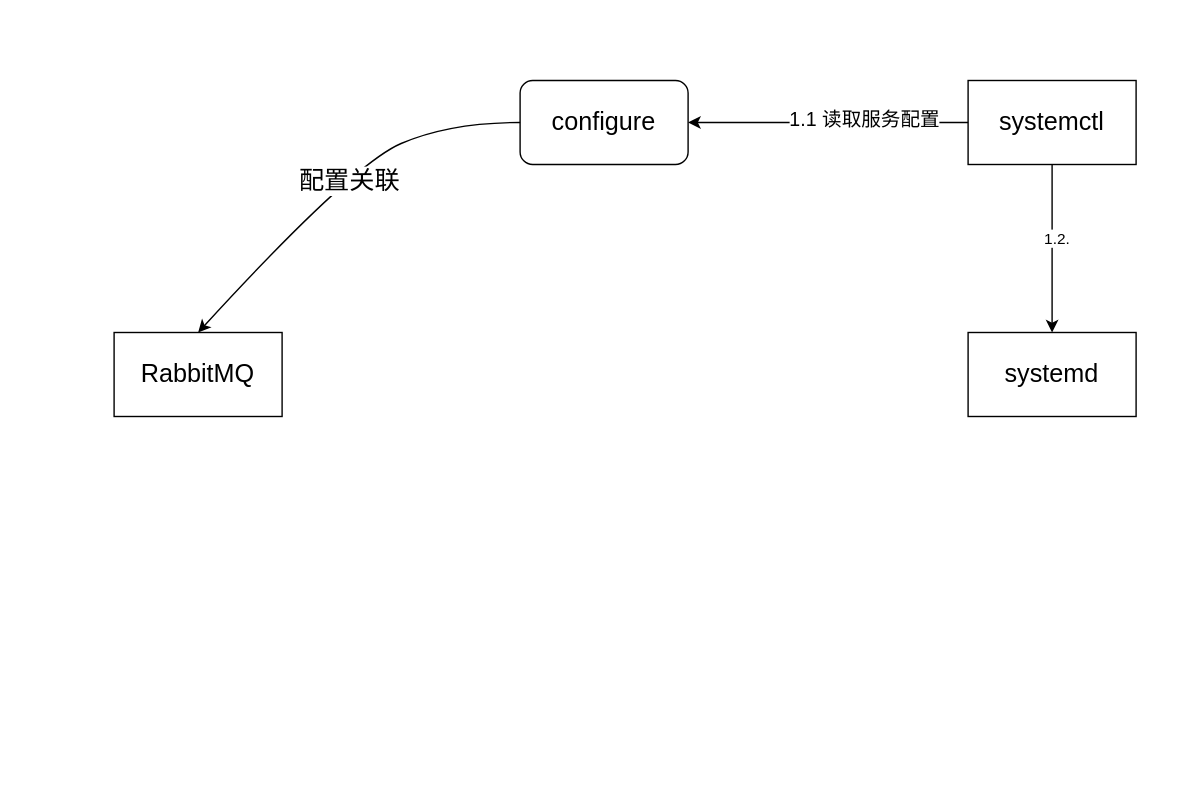
The draw.io diagram systemd.drawio in hzsunzixiang/draw.io, before the edit. Source tidied: cells renumbered, new cells numbered last; positions are measured from the earlier drawing's top-left corner, leaving out a move shared by most shapes. Both pictures are drawn from the tidied source at 140%, with x=0, y=0 at pixel (113, 80).
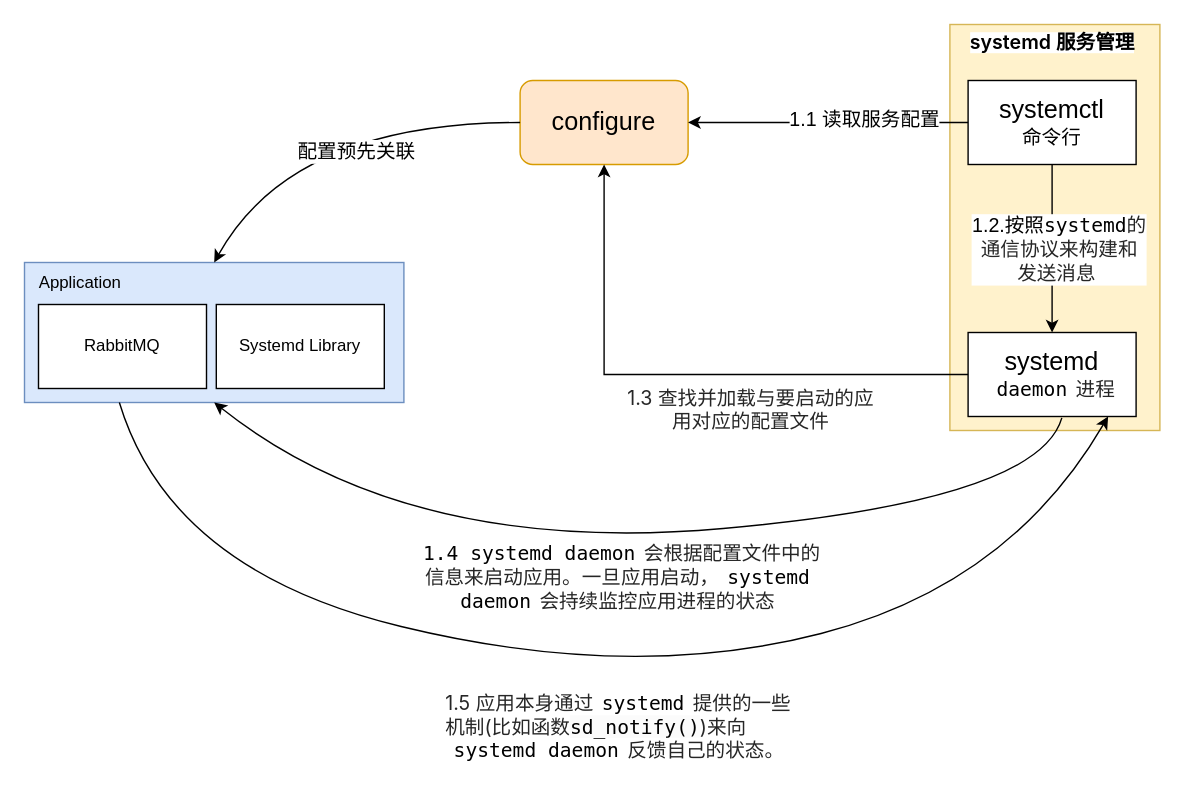
After the change.

The change refers to these unchanged cells:
```xml
<mxCell id="10" style="endArrow=classic;html=1;rounded=0;entryX=0.5;entryY=0;entryDx=0;entryDy=0;" parent="1" edge="1" target="3">
  <mxGeometry relative="1" as="geometry">
    <mxPoint x="670" y="60" as="sourcePoint" />
  </mxGeometry>
</mxCell>
```

Diff of the diagram source:
```diff
@@
+    <mxCell id="12" style="rounded=0;whiteSpace=wrap;html=1;fillColor=#fff2cc;strokeColor=#d6b656;" parent="1" vertex="1">
+      <mxGeometry x="597" y="-40" width="150" height="290" as="geometry" />
+    </mxCell>
-    <mxCell id="2" value="&lt;font style=&quot;font-size: 18px;&quot;&gt;systemctl&lt;/font&gt;" style="rounded=0;whiteSpace=wrap;html=1;" parent="1" vertex="1">
+    <mxCell id="2" value="&lt;font style=&quot;font-size: 18px;&quot;&gt;systemctl&lt;/font&gt;&lt;div&gt;&lt;font style=&quot;font-size: 14px;&quot;&gt;命令行&lt;/font&gt;&lt;/div&gt;" style="rounded=0;whiteSpace=wrap;html=1;" parent="1" vertex="1">
       <mxGeometry x="610" width="120" height="60" as="geometry" />
     </mxCell>
-    <mxCell id="3" value="&lt;font style=&quot;font-size: 18px;&quot;&gt;systemd&lt;/font&gt;" style="rounded=0;whiteSpace=wrap;html=1;" parent="1" vertex="1">
+    <mxCell id="3" value="&lt;font style=&quot;font-size: 18px;&quot;&gt;systemd&lt;/font&gt;&lt;div&gt;&lt;font style=&quot;font-size: 14px;&quot;&gt;&lt;code style=&quot;-webkit-font-smoothing: antialiased; box-sizing: border-box; -webkit-tap-highlight-color: rgba(0, 0, 0, 0); background: var(--color-inline-code-background); border-radius: 4px; color: initial; margin: 0px 2px; font-family: Menlo, Monaco, Consolas, &amp;quot;Courier New&amp;quot;, monospace; padding: 2px 4px; overflow-anchor: auto; text-align: left;&quot;&gt;daemon&lt;/code&gt;&lt;span style=&quot;color: rgba(0, 0, 0, 0.85); font-family: Inter, -apple-system, &amp;quot;system-ui&amp;quot;, &amp;quot;Segoe UI&amp;quot;, &amp;quot;SF Pro SC&amp;quot;, &amp;quot;SF Pro Display&amp;quot;, &amp;quot;SF Pro Icons&amp;quot;, &amp;quot;PingFang SC&amp;quot;, &amp;quot;Hiragino Sans GB&amp;quot;, &amp;quot;Microsoft YaHei&amp;quot;, &amp;quot;Helvetica Neue&amp;quot;, Helvetica, Arial, sans-serif; text-align: left; background-color: rgb(255, 255, 255);&quot;&gt;进程&lt;/span&gt;&lt;/font&gt;&lt;/div&gt;" style="rounded=0;whiteSpace=wrap;html=1;" parent="1" vertex="1">
       <mxGeometry x="610" y="180" width="120" height="60" as="geometry" />
     </mxCell>
-    <mxCell id="4" value="&lt;font style=&quot;font-size: 18px;&quot;&gt;RabbitMQ&lt;/font&gt;" style="rounded=0;whiteSpace=wrap;html=1;" parent="1" vertex="1">
-      <mxGeometry y="180" width="120" height="60" as="geometry" />
+    <mxCell id="4" style="rounded=0;whiteSpace=wrap;html=1;fillColor=#dae8fc;strokeColor=#6c8ebf;" parent="1" vertex="1">
+      <mxGeometry x="-64" y="130" width="271" height="100" as="geometry" />
     </mxCell>
-    <mxCell id="5" value="&lt;font style=&quot;font-size: 18px;&quot;&gt;configure&lt;/font&gt;" style="rounded=1;whiteSpace=wrap;html=1;" parent="1" vertex="1">
+    <mxCell id="5" value="&lt;font style=&quot;font-size: 18px;&quot;&gt;configure&lt;/font&gt;" style="rounded=1;whiteSpace=wrap;html=1;fillColor=#ffe6cc;strokeColor=#d79b00;" parent="1" vertex="1">
       <mxGeometry x="290" width="120" height="60" as="geometry" />
     </mxCell>
     <mxCell id="6" style="curved=1;endArrow=classic;html=1;rounded=0;exitX=0;exitY=0.5;exitDx=0;exitDy=0;entryX=0.5;entryY=0;entryDx=0;entryDy=0;" parent="1" edge="1" source="5" target="4">
       <mxGeometry relative="1" as="geometry">
         <Array as="points">
-          <mxPoint x="240" y="30" />
-          <mxPoint x="170" y="60" />
+          <mxPoint x="127" y="30" />
         </Array>
       </mxGeometry>
     </mxCell>
-    <mxCell id="7" value="&lt;font style=&quot;font-size: 18px;&quot;&gt;配置关联&lt;/font&gt;" style="edgeLabel;html=1;align=center;verticalAlign=middle;" parent="6" vertex="1">
+    <mxCell id="7" value="&lt;font style=&quot;font-size: 14px;&quot;&gt;配置预先关联&lt;/font&gt;" style="edgeLabel;html=1;align=center;verticalAlign=middle;" parent="6" vertex="1">
       <mxGeometry x="-0.05" y="5" relative="1" as="geometry">
-        <mxPoint x="1" as="offset" />
+        <mxPoint x="14" y="15" as="offset" />
       </mxGeometry>
     </mxCell>
@@
-    <mxCell id="11" value="1.2.&amp;nbsp;" style="edgeLabel;html=1;align=center;verticalAlign=middle;" parent="10" vertex="1">
-      <mxGeometry x="-0.13" y="4" relative="1" as="geometry" />
+    <mxCell id="11" value="&lt;font style=&quot;font-size: 14px;&quot;&gt;1.2.按照&lt;font face=&quot;Menlo, Monaco, Consolas, Courier New, monospace&quot;&gt;systemd&lt;/font&gt;&lt;span style=&quot;color: rgba(0, 0, 0, 0.85); font-family: Inter, -apple-system, &amp;quot;system-ui&amp;quot;, &amp;quot;Segoe UI&amp;quot;, &amp;quot;SF Pro SC&amp;quot;, &amp;quot;SF Pro Display&amp;quot;, &amp;quot;SF Pro Icons&amp;quot;, &amp;quot;PingFang SC&amp;quot;, &amp;quot;Hiragino Sans GB&amp;quot;, &amp;quot;Microsoft YaHei&amp;quot;, &amp;quot;Helvetica Neue&amp;quot;, Helvetica, Arial, sans-serif; text-align: left; text-wrap-mode: wrap;&quot;&gt;的通信协议来构建和发送消息&lt;/span&gt;&amp;nbsp;&lt;/font&gt;" style="edgeLabel;html=1;align=center;verticalAlign=middle;" parent="10" vertex="1">
+      <mxGeometry x="-0.13" y="4" relative="1" as="geometry">
+        <mxPoint y="8" as="offset" />
+      </mxGeometry>
     </mxCell>
+    <mxCell id="13" style="endArrow=classic;html=1;rounded=0;exitX=0;exitY=0.5;exitDx=0;exitDy=0;entryX=0.5;entryY=1;entryDx=0;entryDy=0;" parent="1" edge="1" source="3" target="5">
+      <mxGeometry relative="1" as="geometry">
+        <Array as="points">
+          <mxPoint x="350" y="210" />
+        </Array>
+      </mxGeometry>
+    </mxCell>
+    <mxCell id="14" value="&lt;font style=&quot;font-size: 14px;&quot;&gt;&lt;span style=&quot;color: rgba(0, 0, 0, 0.85); font-family: Inter, -apple-system, &amp;quot;system-ui&amp;quot;, &amp;quot;Segoe UI&amp;quot;, &amp;quot;SF Pro SC&amp;quot;, &amp;quot;SF Pro Display&amp;quot;, &amp;quot;SF Pro Icons&amp;quot;, &amp;quot;PingFang SC&amp;quot;, &amp;quot;Hiragino Sans GB&amp;quot;, &amp;quot;Microsoft YaHei&amp;quot;, &amp;quot;Helvetica Neue&amp;quot;, Helvetica, Arial, sans-serif; text-align: left;&quot;&gt;1.3 查找并加载与要启动&lt;/span&gt;&lt;span style=&quot;background-color: light-dark(rgb(255, 255, 255), rgb(18, 18, 18)); color: light-dark(rgba(0, 0, 0, 0.85), rgb(237, 237, 237)); font-family: Inter, -apple-system, &amp;quot;system-ui&amp;quot;, &amp;quot;Segoe UI&amp;quot;, &amp;quot;SF Pro SC&amp;quot;, &amp;quot;SF Pro Display&amp;quot;, &amp;quot;SF Pro Icons&amp;quot;, &amp;quot;PingFang SC&amp;quot;, &amp;quot;Hiragino Sans GB&amp;quot;, &amp;quot;Microsoft YaHei&amp;quot;, &amp;quot;Helvetica Neue&amp;quot;, Helvetica, Arial, sans-serif; text-align: left;&quot;&gt;的应用对应的配置文件&lt;/span&gt;&lt;/font&gt;&lt;div&gt;&lt;span style=&quot;background-color: rgb(255, 255, 255); color: rgba(0, 0, 0, 0.85); font-family: Inter, -apple-system, &amp;quot;system-ui&amp;quot;, &amp;quot;Segoe UI&amp;quot;, &amp;quot;SF Pro SC&amp;quot;, &amp;quot;SF Pro Display&amp;quot;, &amp;quot;SF Pro Icons&amp;quot;, &amp;quot;PingFang SC&amp;quot;, &amp;quot;Hiragino Sans GB&amp;quot;, &amp;quot;Microsoft YaHei&amp;quot;, &amp;quot;Helvetica Neue&amp;quot;, Helvetica, Arial, sans-serif; font-size: 16px; text-align: left;&quot;&gt;&lt;br&gt;&lt;/span&gt;&lt;/div&gt;" style="text;html=1;align=center;verticalAlign=middle;whiteSpace=wrap;rounded=0;" parent="1" vertex="1">
+      <mxGeometry x="360" y="210" width="190" height="70" as="geometry" />
+    </mxCell>
+    <mxCell id="15" value="&lt;font style=&quot;font-size: 14px;&quot;&gt;&lt;font style=&quot;&quot;&gt;&lt;font style=&quot;&quot;&gt;&lt;code style=&quot;-webkit-font-smoothing: antialiased; box-sizing: border-box; -webkit-tap-highlight-color: rgba(0, 0, 0, 0); background: var(--color-inline-code-background); border-radius: 4px; color: initial; margin: 0px 2px; font-family: Menlo, Monaco, Consolas, &amp;quot;Courier New&amp;quot;, monospace; padding: 2px 4px; overflow-anchor: auto; text-align: left;&quot;&gt;1.4 systemd daemon&lt;/code&gt;&lt;/font&gt;&lt;span style=&quot;color: rgba(0, 0, 0, 0.85); font-family: Inter, -apple-system, &amp;quot;system-ui&amp;quot;, &amp;quot;Segoe UI&amp;quot;, &amp;quot;SF Pro SC&amp;quot;, &amp;quot;SF Pro Display&amp;quot;, &amp;quot;SF Pro Icons&amp;quot;, &amp;quot;PingFang SC&amp;quot;, &amp;quot;Hiragino Sans GB&amp;quot;, &amp;quot;Microsoft YaHei&amp;quot;, &amp;quot;Helvetica Neue&amp;quot;, Helvetica, Arial, sans-serif; text-align: left; background-color: rgb(255, 255, 255);&quot;&gt;会根据配置文件中的信息来启动应用。&lt;/span&gt;&lt;/font&gt;&lt;span style=&quot;background-color: light-dark(rgb(255, 255, 255), rgb(18, 18, 18)); color: light-dark(rgba(0, 0, 0, 0.85), rgb(237, 237, 237)); font-family: Inter, -apple-system, &amp;quot;system-ui&amp;quot;, &amp;quot;Segoe UI&amp;quot;, &amp;quot;SF Pro SC&amp;quot;, &amp;quot;SF Pro Display&amp;quot;, &amp;quot;SF Pro Icons&amp;quot;, &amp;quot;PingFang SC&amp;quot;, &amp;quot;Hiragino Sans GB&amp;quot;, &amp;quot;Microsoft YaHei&amp;quot;, &amp;quot;Helvetica Neue&amp;quot;, Helvetica, Arial, sans-serif; text-align: left;&quot;&gt;一旦应用启动，&lt;/span&gt;&lt;code style=&quot;background: var(--color-inline-code-background); text-align: left; -webkit-font-smoothing: antialiased; box-sizing: border-box; -webkit-tap-highlight-color: rgba(0, 0, 0, 0); border-radius: 4px; color: initial; margin: 0px 2px; font-family: Menlo, Monaco, Consolas, &amp;quot;Courier New&amp;quot;, monospace; padding: 2px 4px; overflow-anchor: auto;&quot;&gt;systemd daemon&lt;/code&gt;&lt;span style=&quot;background-color: light-dark(rgb(255, 255, 255), rgb(18, 18, 18)); color: light-dark(rgba(0, 0, 0, 0.85), rgb(237, 237, 237)); font-family: Inter, -apple-system, &amp;quot;system-ui&amp;quot;, &amp;quot;Segoe UI&amp;quot;, &amp;quot;SF Pro SC&amp;quot;, &amp;quot;SF Pro Display&amp;quot;, &amp;quot;SF Pro Icons&amp;quot;, &amp;quot;PingFang SC&amp;quot;, &amp;quot;Hiragino Sans GB&amp;quot;, &amp;quot;Microsoft YaHei&amp;quot;, &amp;quot;Helvetica Neue&amp;quot;, Helvetica, Arial, sans-serif; text-align: left;&quot;&gt;会持续监控应用进程的状态&lt;/span&gt;&lt;/font&gt;" style="text;html=1;align=center;verticalAlign=middle;whiteSpace=wrap;rounded=0;" parent="1" vertex="1">
+      <mxGeometry x="210" y="320" width="300" height="70" as="geometry" />
+    </mxCell>
+    <mxCell id="16" style="curved=1;endArrow=classic;html=1;rounded=0;exitX=0.558;exitY=1.017;exitDx=0;exitDy=0;exitPerimeter=0;entryX=0.5;entryY=1;entryDx=0;entryDy=0;" parent="1" edge="1" source="3" target="4">
+      <mxGeometry relative="1" as="geometry">
+        <Array as="points">
+          <mxPoint x="660" y="300" />
+          <mxPoint x="210" y="340" />
+        </Array>
+      </mxGeometry>
+    </mxCell>
+    <mxCell id="17" value="&lt;font style=&quot;font-size: 14px;&quot;&gt;&lt;span style=&quot;color: rgba(0, 0, 0, 0.85); font-family: Inter, -apple-system, &amp;quot;system-ui&amp;quot;, &amp;quot;Segoe UI&amp;quot;, &amp;quot;SF Pro SC&amp;quot;, &amp;quot;SF Pro Display&amp;quot;, &amp;quot;SF Pro Icons&amp;quot;, &amp;quot;PingFang SC&amp;quot;, &amp;quot;Hiragino Sans GB&amp;quot;, &amp;quot;Microsoft YaHei&amp;quot;, &amp;quot;Helvetica Neue&amp;quot;, Helvetica, Arial, sans-serif; font-style: normal; font-variant-ligatures: normal; font-variant-caps: normal; font-weight: 400; letter-spacing: normal; orphans: 2; text-align: left; text-indent: 0px; text-transform: none; widows: 2; word-spacing: 0px; -webkit-text-stroke-width: 0px; white-space: normal; background-color: rgb(255, 255, 255); text-decoration-thickness: initial; text-decoration-style: initial; text-decoration-color: initial; float: none; display: inline !important;&quot;&gt;1.5 应用本身通过&lt;/span&gt;&lt;code style=&quot;-webkit-font-smoothing: antialiased; box-sizing: border-box; -webkit-tap-highlight-color: rgba(0, 0, 0, 0); background: var(--color-inline-code-background); border-radius: 4px; color: initial; margin: 0px 2px; font-family: Menlo, Monaco, Consolas, &amp;quot;Courier New&amp;quot;, monospace; padding: 2px 4px; overflow-anchor: auto; font-style: normal; font-variant-ligatures: normal; font-variant-caps: normal; font-weight: 400; letter-spacing: normal; orphans: 2; text-align: left; text-indent: 0px; text-transform: none; widows: 2; word-spacing: 0px; -webkit-text-stroke-width: 0px; white-space: normal; text-decoration-thickness: initial; text-decoration-style: initial; text-decoration-color: initial;&quot;&gt;systemd&lt;/code&gt;&lt;span style=&quot;color: rgba(0, 0, 0, 0.85); font-family: Inter, -apple-system, &amp;quot;system-ui&amp;quot;, &amp;quot;Segoe UI&amp;quot;, &amp;quot;SF Pro SC&amp;quot;, &amp;quot;SF Pro Display&amp;quot;, &amp;quot;SF Pro Icons&amp;quot;, &amp;quot;PingFang SC&amp;quot;, &amp;quot;Hiragino Sans GB&amp;quot;, &amp;quot;Microsoft YaHei&amp;quot;, &amp;quot;Helvetica Neue&amp;quot;, Helvetica, Arial, sans-serif; font-style: normal; font-variant-ligatures: normal; font-variant-caps: normal; font-weight: 400; letter-spacing: normal; orphans: 2; text-align: left; text-indent: 0px; text-transform: none; widows: 2; word-spacing: 0px; -webkit-text-stroke-width: 0px; white-space: normal; background-color: rgb(255, 255, 255); text-decoration-thickness: initial; text-decoration-style: initial; text-decoration-color: initial; float: none; display: inline !important;&quot;&gt;提供的一些机制(比如函数&lt;span style=&quot;color: rgb(0, 0, 0); font-family: Menlo, Monaco, Consolas, &amp;quot;Courier New&amp;quot;, monospace; background-color: rgb(251, 251, 251);&quot;&gt;sd_notify()&lt;/span&gt;)来向&lt;/span&gt;&lt;code style=&quot;-webkit-font-smoothing: antialiased; box-sizing: border-box; -webkit-tap-highlight-color: rgba(0, 0, 0, 0); background: var(--color-inline-code-background); border-radius: 4px; color: initial; margin: 0px 2px; font-family: Menlo, Monaco, Consolas, &amp;quot;Courier New&amp;quot;, monospace; padding: 2px 4px; overflow-anchor: auto; font-style: normal; font-variant-ligatures: normal; font-variant-caps: normal; font-weight: 400; letter-spacing: normal; orphans: 2; text-align: left; text-indent: 0px; text-transform: none; widows: 2; word-spacing: 0px; -webkit-text-stroke-width: 0px; white-space: normal; text-decoration-thickness: initial; text-decoration-style: initial; text-decoration-color: initial;&quot;&gt;systemd daemon&lt;/code&gt;&lt;span style=&quot;color: rgba(0, 0, 0, 0.85); font-family: Inter, -apple-system, &amp;quot;system-ui&amp;quot;, &amp;quot;Segoe UI&amp;quot;, &amp;quot;SF Pro SC&amp;quot;, &amp;quot;SF Pro Display&amp;quot;, &amp;quot;SF Pro Icons&amp;quot;, &amp;quot;PingFang SC&amp;quot;, &amp;quot;Hiragino Sans GB&amp;quot;, &amp;quot;Microsoft YaHei&amp;quot;, &amp;quot;Helvetica Neue&amp;quot;, Helvetica, Arial, sans-serif; font-style: normal; font-variant-ligatures: normal; font-variant-caps: normal; font-weight: 400; letter-spacing: normal; orphans: 2; text-align: left; text-indent: 0px; text-transform: none; widows: 2; word-spacing: 0px; -webkit-text-stroke-width: 0px; white-space: normal; background-color: rgb(255, 255, 255); text-decoration-thickness: initial; text-decoration-style: initial; text-decoration-color: initial; float: none; display: inline !important;&quot;&gt;反馈自己的状态。&lt;/span&gt;&lt;/font&gt;" style="text;whiteSpace=wrap;html=1;" parent="1" vertex="1">
+      <mxGeometry x="235" y="430" width="250" height="60" as="geometry" />
+    </mxCell>
+    <mxCell id="18" style="curved=1;endArrow=classic;html=1;rounded=0;entryX=0.75;entryY=1;entryDx=0;entryDy=0;exitX=0.25;exitY=1;exitDx=0;exitDy=0;" parent="1" edge="1" source="4">
+      <mxGeometry relative="1" as="geometry">
+        <mxPoint x="710" y="240" as="targetPoint" />
+        <Array as="points">
+          <mxPoint x="40" y="350" />
+          <mxPoint x="370" y="430" />
+          <mxPoint x="640" y="360" />
+        </Array>
+      </mxGeometry>
+    </mxCell>
+    <mxCell id="19" value="RabbitMQ" style="rounded=0;whiteSpace=wrap;html=1;" parent="1" vertex="1">
+      <mxGeometry x="-54" y="160" width="120" height="60" as="geometry" />
+    </mxCell>
+    <mxCell id="20" value="Systemd Library" style="rounded=0;whiteSpace=wrap;html=1;" parent="1" vertex="1">
+      <mxGeometry x="73" y="160" width="120" height="60" as="geometry" />
+    </mxCell>
+    <mxCell id="21" value="Application" style="text;html=1;align=center;verticalAlign=middle;whiteSpace=wrap;rounded=0;" parent="1" vertex="1">
+      <mxGeometry x="-54" y="130" width="60" height="30" as="geometry" />
+    </mxCell>
+    <mxCell id="22" value="&lt;span style=&quot;-webkit-font-smoothing: antialiased; box-sizing: border-box; -webkit-tap-highlight-color: rgba(0, 0, 0, 0); font-weight: 600; color: initial; line-height: var(--md-box-samantha-normal-text-line-height); overflow-anchor: auto; font-family: Inter, -apple-system, &amp;quot;system-ui&amp;quot;, &amp;quot;Segoe UI&amp;quot;, &amp;quot;SF Pro SC&amp;quot;, &amp;quot;SF Pro Display&amp;quot;, &amp;quot;SF Pro Icons&amp;quot;, &amp;quot;PingFang SC&amp;quot;, &amp;quot;Hiragino Sans GB&amp;quot;, &amp;quot;Microsoft YaHei&amp;quot;, &amp;quot;Helvetica Neue&amp;quot;, Helvetica, Arial, sans-serif; text-align: left; background-color: rgb(255, 255, 255);&quot;&gt;&lt;font style=&quot;font-size: 14px;&quot;&gt;systemd 服务管理&lt;/font&gt;&lt;/span&gt;" style="text;html=1;align=center;verticalAlign=middle;whiteSpace=wrap;rounded=0;" parent="1" vertex="1">
+      <mxGeometry x="601.5" y="-40" width="137" height="25" as="geometry" />
+    </mxCell>
```
